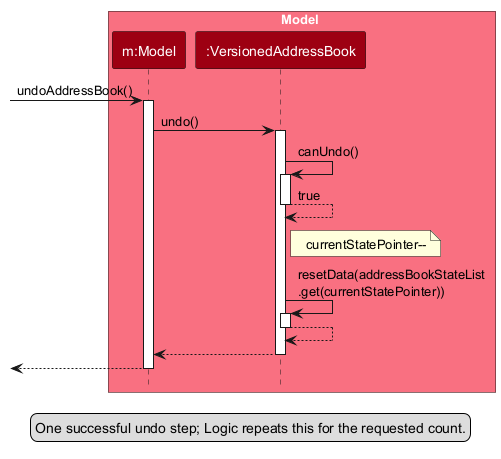
The PlantUML diagram docs/images/UndoSequenceDiagram-Model.png in AY2627S1-CS2103T-T10-3/tp, before a commit. Its diagram source:
```plantuml
@startuml
!include style.puml
skinparam ArrowFontStyle plain
skinparam sequenceMessageAlign left

box Model MODEL_COLOR_T1
participant "m:Model" as Model MODEL_COLOR
participant ":VersionedAddressBook" as VersionedAddressBook MODEL_COLOR
end box

[-> Model : undoAddressBook()
activate Model
Model -> VersionedAddressBook : undo()
activate VersionedAddressBook
VersionedAddressBook -> VersionedAddressBook : canUndo()
activate VersionedAddressBook
VersionedAddressBook --> VersionedAddressBook : true
deactivate VersionedAddressBook
note right of VersionedAddressBook
currentStatePointer--
end note
VersionedAddressBook -> VersionedAddressBook : resetData(addressBookStateList\n.get(currentStatePointer))
activate VersionedAddressBook
VersionedAddressBook --> VersionedAddressBook
deactivate VersionedAddressBook
VersionedAddressBook --> Model
deactivate VersionedAddressBook
[<-- Model
deactivate Model

legend bottom
One successful undo step; Logic repeats this for the requested count.
endlegend
@enduml
```
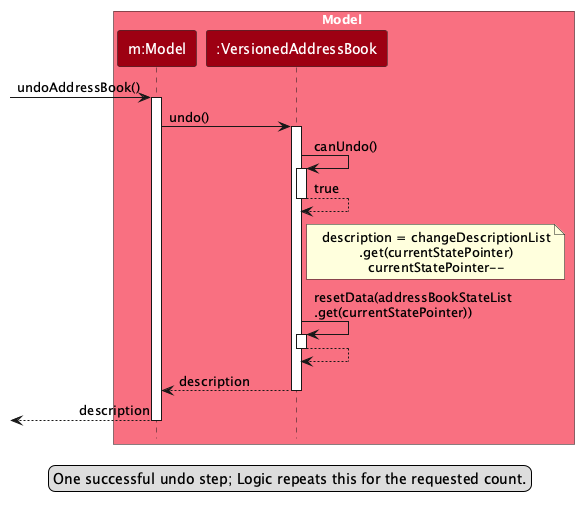
After the commit.

Commit message:
Document reverted commands in undo and redo results

What changed in the source:
```diff
@@ -17,15 +17,17 @@
 VersionedAddressBook --> VersionedAddressBook : true
 deactivate VersionedAddressBook
 note right of VersionedAddressBook
+description = changeDescriptionList
+.get(currentStatePointer)
 currentStatePointer--
 end note
 VersionedAddressBook -> VersionedAddressBook : resetData(addressBookStateList\n.get(currentStatePointer))
 activate VersionedAddressBook
 VersionedAddressBook --> VersionedAddressBook
 deactivate VersionedAddressBook
-VersionedAddressBook --> Model
+VersionedAddressBook --> Model : description
 deactivate VersionedAddressBook
-[<-- Model
+[<-- Model : description
 deactivate Model
 
 legend bottom
```
